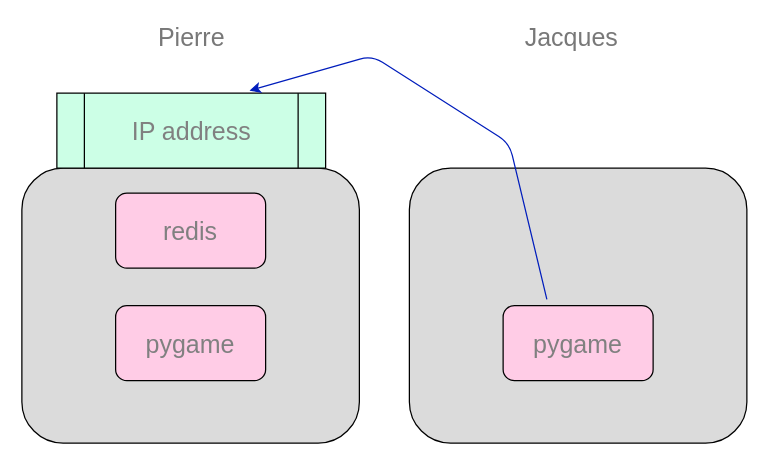
Before: python-tps/redis/ip-address.drawio in raphaelpra/exos, a draw.io diagram. Source tidied: cells renumbered, new cells numbered last; positions are measured from the earlier drawing's top-left corner, leaving out a move shared by most shapes. Both pictures are drawn from the tidied source at 125%, with x=0, y=0 at pixel (21, 24).
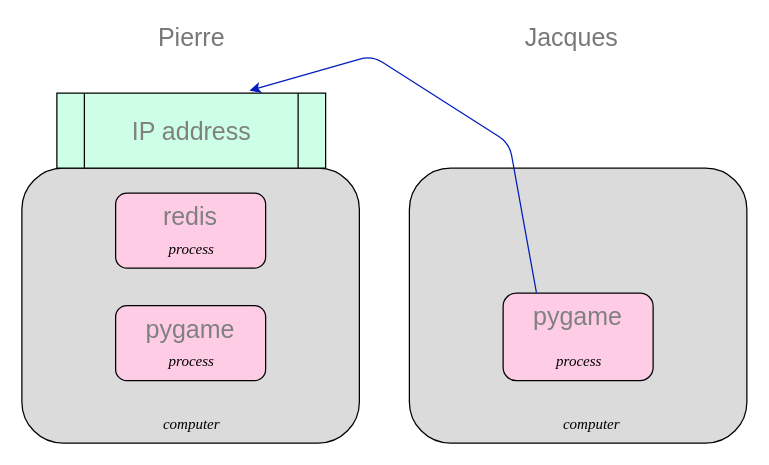
Above is the later version.

Commit message (it also covers changes not shown here):
redis: use drawio for both drawings

The edit, as a diff of the source:
```diff
@@
 <mxGraphModel background="#ffffff">
   <root>
     <mxCell id="0" />
     <mxCell id="1" parent="0" />
     <mxCell id="2" style="rounded=1;whiteSpace=wrap;html=1;align=left;fontSize=20;fillColor=#DBDBDB;" parent="1" vertex="1">
       <mxGeometry y="115" width="270" height="220" as="geometry" />
     </mxCell>
     <mxCell id="3" value="Pierre" style="text;html=1;strokeColor=none;fillColor=none;align=center;verticalAlign=middle;whiteSpace=wrap;rounded=0;fontSize=20;fontColor=#787878;" parent="1" vertex="1">
       <mxGeometry x="116" width="40" height="20" as="geometry" />
     </mxCell>
     <mxCell id="4" style="rounded=1;whiteSpace=wrap;html=1;align=left;fontSize=20;fillColor=#DBDBDB;" parent="1" vertex="1">
       <mxGeometry x="310" y="115" width="270" height="220" as="geometry" />
     </mxCell>
     <mxCell id="5" value="Jacques" style="text;html=1;strokeColor=none;fillColor=none;align=center;verticalAlign=middle;whiteSpace=wrap;rounded=0;fontSize=20;fontColor=#787878;" parent="1" vertex="1">
       <mxGeometry x="420" width="40" height="20" as="geometry" />
     </mxCell>
-    <mxCell id="6" value="&lt;div style=&quot;text-align: center&quot;&gt;&lt;span style=&quot;letter-spacing: 0px&quot;&gt;redis&lt;/span&gt;&lt;/div&gt;" style="rounded=1;whiteSpace=wrap;html=1;align=center;fontSize=20;fillColor=#FFCCE6;fontColor=#808080;" parent="1" vertex="1">
+    <mxCell id="6" value="&lt;div style=&quot;text-align: center&quot;&gt;&lt;span style=&quot;letter-spacing: 0px&quot;&gt;redis&lt;/span&gt;&lt;/div&gt;" style="rounded=1;whiteSpace=wrap;html=1;align=center;fontSize=20;fillColor=#FFCCE6;fontColor=#808080;verticalAlign=top;" parent="1" vertex="1">
       <mxGeometry x="75" y="135" width="120" height="60" as="geometry" />
     </mxCell>
-    <mxCell id="7" value="&lt;div style=&quot;text-align: center&quot;&gt;&lt;span style=&quot;letter-spacing: 0px&quot;&gt;pygame&lt;/span&gt;&lt;/div&gt;" style="rounded=1;whiteSpace=wrap;html=1;align=center;fontSize=20;fillColor=#FFCCE6;fontColor=#808080;" parent="1" vertex="1">
+    <mxCell id="7" value="&lt;div style=&quot;text-align: center&quot;&gt;&lt;span style=&quot;letter-spacing: 0px&quot;&gt;pygame&lt;/span&gt;&lt;/div&gt;" style="rounded=1;whiteSpace=wrap;html=1;align=center;fontSize=20;fillColor=#FFCCE6;fontColor=#808080;verticalAlign=top;" parent="1" vertex="1">
       <mxGeometry x="75" y="225" width="120" height="60" as="geometry" />
     </mxCell>
-    <mxCell id="8" value="&lt;div style=&quot;text-align: center&quot;&gt;&lt;span style=&quot;letter-spacing: 0px&quot;&gt;pygame&lt;/span&gt;&lt;/div&gt;" style="rounded=1;whiteSpace=wrap;html=1;align=center;fontSize=20;fillColor=#FFCCE6;fontColor=#808080;" parent="1" vertex="1">
-      <mxGeometry x="385" y="225" width="120" height="60" as="geometry" />
+    <mxCell id="8" value="&lt;div style=&quot;text-align: center&quot;&gt;&lt;span style=&quot;letter-spacing: 0px&quot;&gt;pygame&lt;/span&gt;&lt;/div&gt;" style="rounded=1;whiteSpace=wrap;html=1;align=center;fontSize=20;fillColor=#FFCCE6;fontColor=#808080;verticalAlign=top;" parent="1" vertex="1">
+      <mxGeometry x="385" y="215" width="120" height="70" as="geometry" />
     </mxCell>
     <mxCell id="9" value="&lt;font color=&quot;#808080&quot;&gt;IP address&lt;/font&gt;" style="shape=process;whiteSpace=wrap;html=1;fontSize=20;align=center;fillColor=#CCFFE6;" parent="1" vertex="1">
       <mxGeometry x="28" y="55" width="215" height="60" as="geometry" />
     </mxCell>
-    <mxCell id="10" style="endArrow=classic;html=1;fontSize=20;entryX=0.717;entryY=-0.033;entryPerimeter=0;fillColor=#0050ef;strokeColor=#001DBC;" parent="1" edge="1" target="9">
+    <mxCell id="10" style="endArrow=classic;html=1;fontSize=20;entryX=0.717;entryY=-0.033;entryPerimeter=0;fillColor=#0050ef;strokeColor=#001DBC;exitX=0.222;exitY=-0.006;exitDx=0;exitDy=0;exitPerimeter=0;" parent="1" edge="1" source="8" target="9">
       <mxGeometry relative="1" as="geometry">
-        <mxPoint x="420" y="220" as="sourcePoint" />
         <Array as="points">
           <mxPoint x="390" y="95" />
           <mxPoint x="280" y="25" />
         </Array>
       </mxGeometry>
     </mxCell>
+    <mxCell id="11" value="&lt;font face=&quot;Times New Roman&quot;&gt;&lt;i&gt;computer&lt;/i&gt;&lt;/font&gt;" style="text;html=1;strokeColor=none;fillColor=none;align=center;verticalAlign=middle;whiteSpace=wrap;rounded=0;dashed=1;fontFamily=Verdana;fontSize=12;" parent="1" vertex="1">
+      <mxGeometry x="106" y="305" width="60" height="30" as="geometry" />
+    </mxCell>
+    <mxCell id="12" value="&lt;font face=&quot;Times New Roman&quot;&gt;&lt;i&gt;computer&lt;/i&gt;&lt;/font&gt;" style="text;html=1;strokeColor=none;fillColor=none;align=center;verticalAlign=middle;whiteSpace=wrap;rounded=0;dashed=1;fontFamily=Verdana;fontSize=12;" parent="1" vertex="1">
+      <mxGeometry x="426" y="305" width="60" height="30" as="geometry" />
+    </mxCell>
+    <mxCell id="13" value="&lt;font face=&quot;Times New Roman&quot;&gt;&lt;i&gt;process&lt;/i&gt;&lt;/font&gt;" style="text;html=1;strokeColor=none;fillColor=none;align=center;verticalAlign=middle;whiteSpace=wrap;rounded=0;dashed=1;fontFamily=Verdana;fontSize=12;" parent="1" vertex="1">
+      <mxGeometry x="416" y="255" width="60" height="30" as="geometry" />
+    </mxCell>
+    <mxCell id="14" value="&lt;font face=&quot;Times New Roman&quot;&gt;&lt;i&gt;process&lt;/i&gt;&lt;/font&gt;" style="text;html=1;strokeColor=none;fillColor=none;align=center;verticalAlign=middle;whiteSpace=wrap;rounded=0;dashed=1;fontFamily=Verdana;fontSize=12;" parent="1" vertex="1">
+      <mxGeometry x="106" y="255" width="60" height="30" as="geometry" />
+    </mxCell>
+    <mxCell id="15" value="&lt;font face=&quot;Times New Roman&quot;&gt;&lt;i&gt;process&lt;/i&gt;&lt;/font&gt;" style="text;html=1;strokeColor=none;fillColor=none;align=center;verticalAlign=middle;whiteSpace=wrap;rounded=0;dashed=1;fontFamily=Verdana;fontSize=12;" parent="1" vertex="1">
+      <mxGeometry x="106" y="165" width="60" height="30" as="geometry" />
+    </mxCell>
   </root>
 </mxGraphModel>
```
